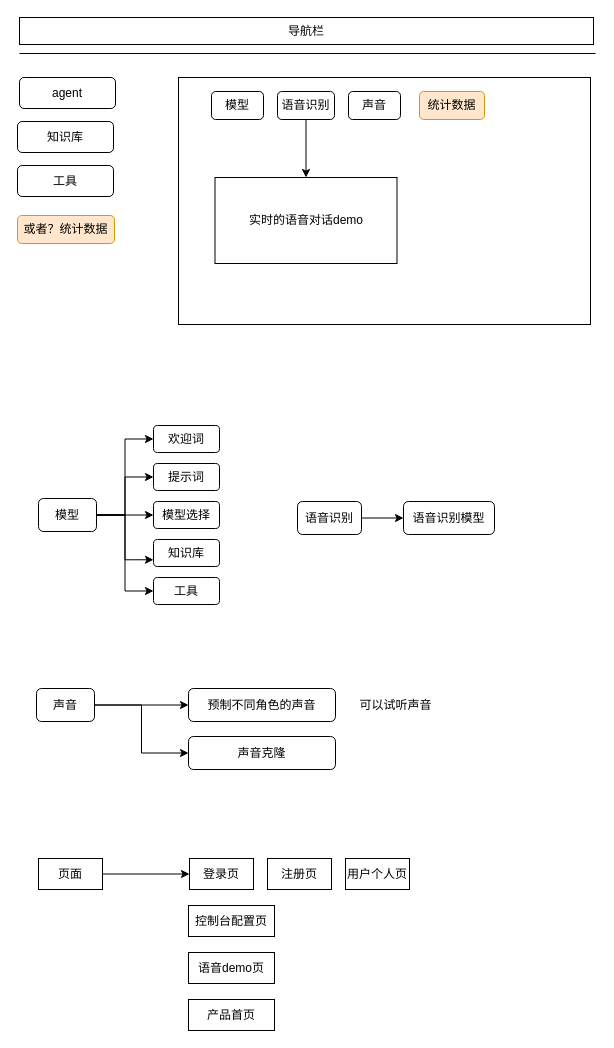
Above: 产品PRD.drawio in joeylin/draw.io (draw.io), before the change. Source tidied: cells renumbered, new cells numbered last; positions are measured from the earlier drawing's top-left corner, leaving out a move shared by most shapes. Both pictures are drawn from the tidied source at 100%, with x=0, y=0 at pixel (17, 17).
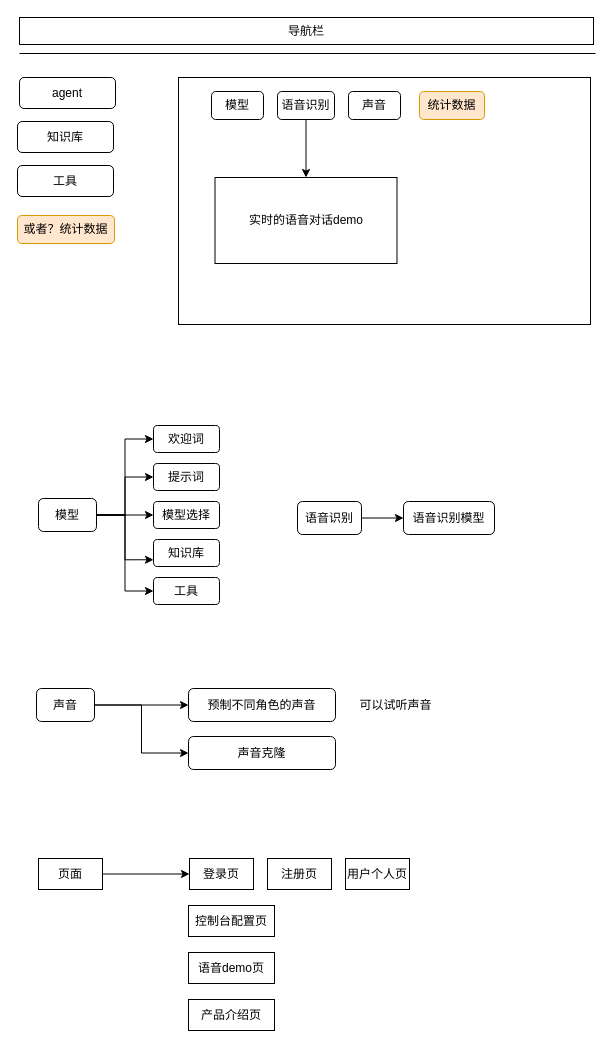
The same page after the edit.

The edit, as a diff of the source:
```diff
@@
-    <mxCell id="41" value="产品首页" style="rounded=0;whiteSpace=wrap;html=1;" parent="1" vertex="1">
+    <mxCell id="41" value="产品介绍页" style="rounded=0;whiteSpace=wrap;html=1;" parent="1" vertex="1">
       <mxGeometry x="171" y="982" width="86" height="31" as="geometry" />
     </mxCell>
```
